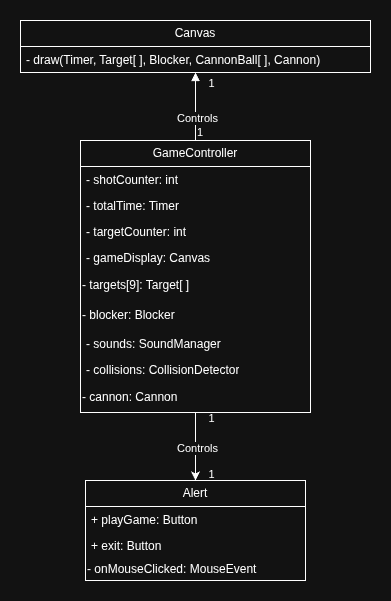
This is docs/UML/UC_001/UC_001_CD.png from actellim/cannon_game, a draw.io export, as it was before one commit. Source tidied: cells renumbered, new cells last; positions are measured from the earlier drawing's top-left corner, leaving out a move shared by most shapes.
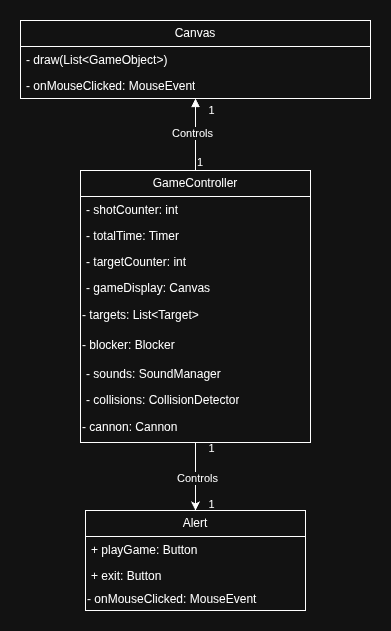
After the change.

Change to the diagram source:
```diff
@@ -33,7 +33,7 @@
     <mxCell id="10" value="- gameDisplay: Canvas" style="text;strokeColor=none;fillColor=none;align=left;verticalAlign=top;spacingLeft=4;spacingRight=4;overflow=hidden;whiteSpace=wrap;html=1;" parent="6" vertex="1">
       <mxGeometry y="104" width="230" height="26" as="geometry" />
     </mxCell>
-    <mxCell id="11" value="- targets[9]: Target[ ]" style="text;html=1;whiteSpace=wrap;strokeColor=none;fillColor=none;align=left;verticalAlign=middle;rounded=0;" parent="6" vertex="1">
+    <mxCell id="11" value="- targets: List&amp;lt;Target&amp;gt;" style="text;html=1;whiteSpace=wrap;strokeColor=none;fillColor=none;align=left;verticalAlign=middle;rounded=0;" parent="6" vertex="1">
       <mxGeometry y="130" width="230" height="30" as="geometry" />
     </mxCell>
     <mxCell id="12" value="- blocker: Blocker" style="text;html=1;whiteSpace=wrap;strokeColor=none;fillColor=none;align=left;verticalAlign=middle;rounded=0;" parent="6" vertex="1">
@@ -49,13 +49,16 @@
       <mxGeometry y="242" width="230" height="30" as="geometry" />
     </mxCell>
     <mxCell id="16" value="Canvas" style="swimlane;fontStyle=0;horizontal=1;startSize=26;fillColor=none;whiteSpace=wrap;html=1;" parent="1" vertex="1">
-      <mxGeometry width="350" height="52" as="geometry" />
+      <mxGeometry y="-30" width="350" height="78" as="geometry" />
     </mxCell>
-    <mxCell id="17" value="- draw(Timer, Target[ ], Blocker, CannonBall[ ], Cannon)" style="text;strokeColor=none;fillColor=none;align=left;verticalAlign=top;spacingLeft=4;spacingRight=4;overflow=hidden;whiteSpace=wrap;html=1;" parent="16" vertex="1">
+    <mxCell id="17" value="- draw(List&amp;lt;GameObject&amp;gt;)" style="text;strokeColor=none;fillColor=none;align=left;verticalAlign=top;spacingLeft=4;spacingRight=4;overflow=hidden;whiteSpace=wrap;html=1;" parent="16" vertex="1">
       <mxGeometry y="26" width="350" height="26" as="geometry" />
     </mxCell>
+    <mxCell id="25" value="- onMouseClicked: MouseEvent" style="text;strokeColor=none;fillColor=none;align=left;verticalAlign=top;spacingLeft=4;spacingRight=4;overflow=hidden;whiteSpace=wrap;html=1;" parent="16" vertex="1">
+      <mxGeometry y="52" width="350" height="26" as="geometry" />
+    </mxCell>
     <mxCell id="18" value="Controls" style="endArrow=block;endFill=1;html=1;edgeStyle=orthogonalEdgeStyle;align=left;verticalAlign=top;rounded=0;entryX=0.5;entryY=1;entryDx=0;entryDy=0;exitX=0.5;exitY=0;exitDx=0;exitDy=0;" parent="1" edge="1" source="6" target="16">
-      <mxGeometry x="0.03" y="20" relative="1" as="geometry" />
+      <mxGeometry x="0.39" y="25" relative="1" as="geometry" />
     </mxCell>
     <mxCell id="19" value="1" style="edgeLabel;html=1;align=left;verticalAlign=bottom;" parent="18" vertex="1">
       <mxGeometry x="-1" relative="1" as="geometry" />
```
